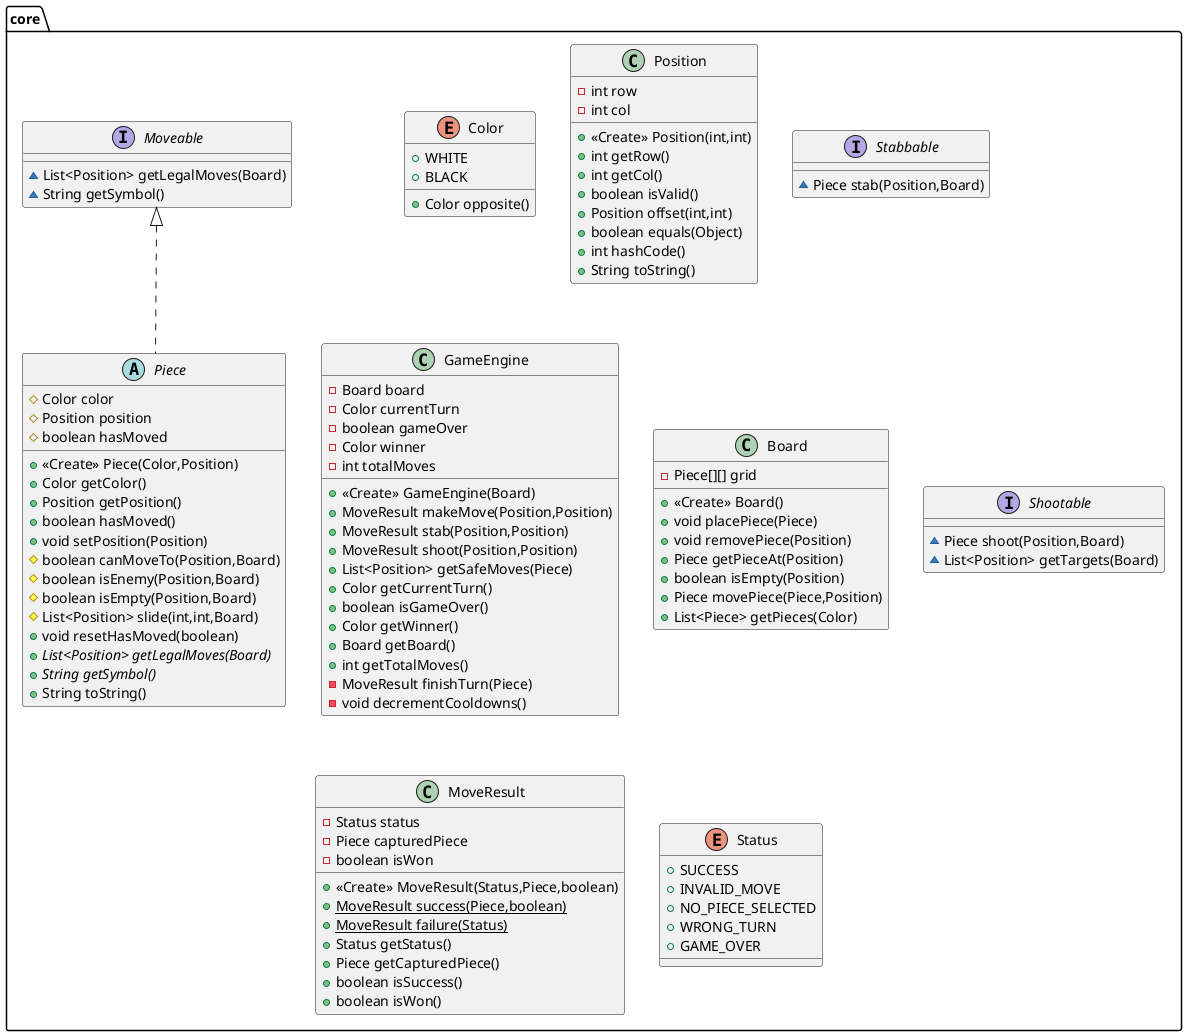
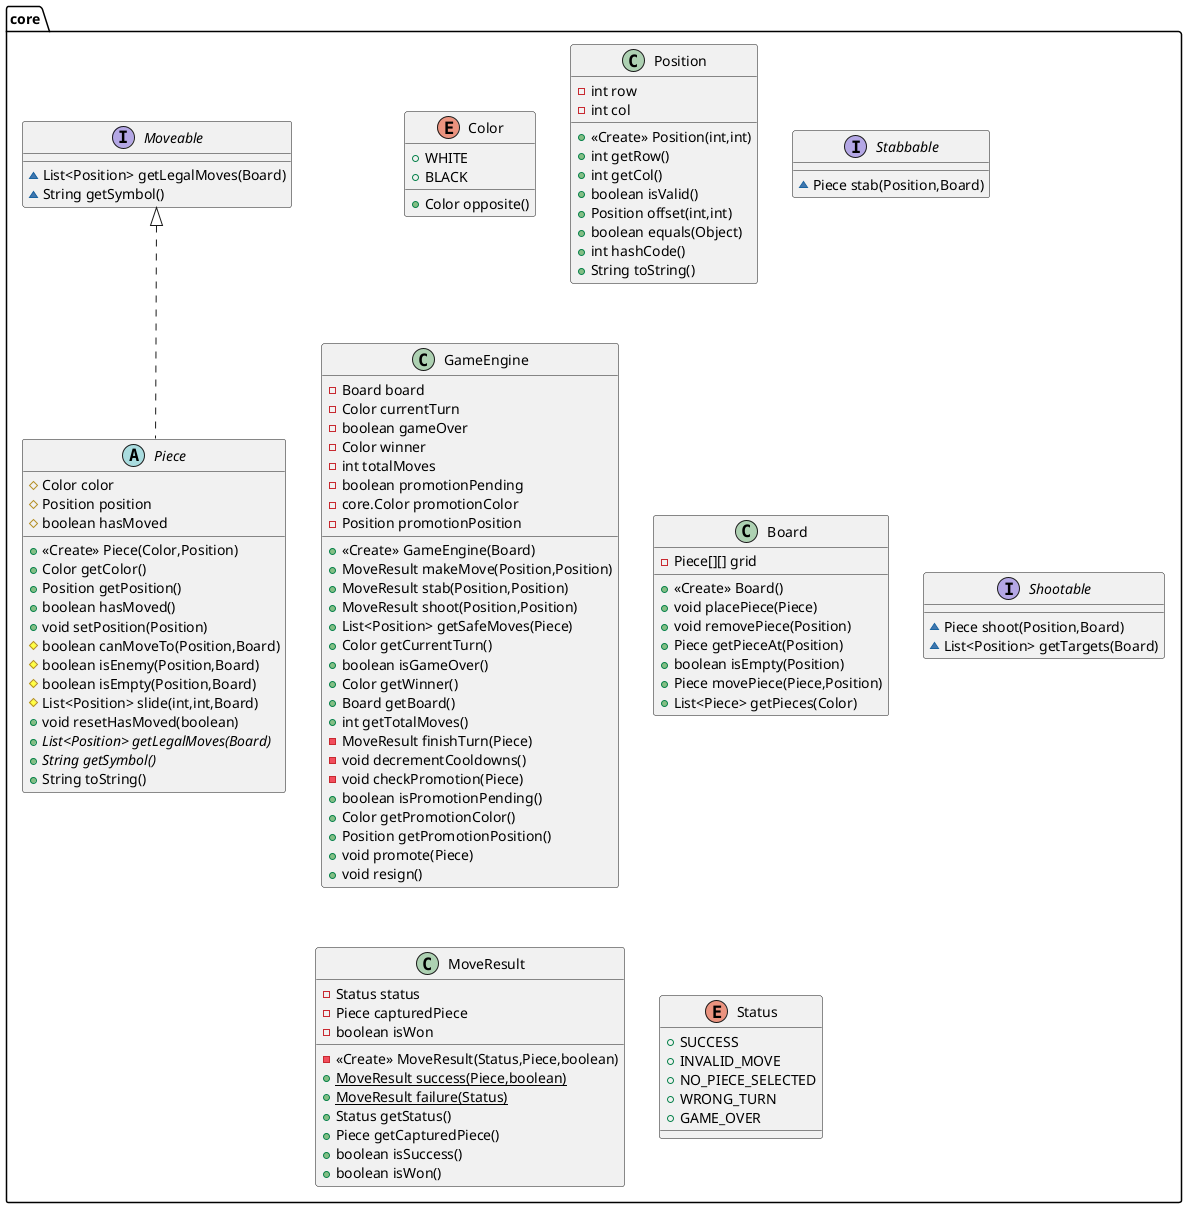
@startuml
enum core.Color {
+  WHITE
+  BLACK
+ Color opposite()
}


class core.Position {
- int row
- int col
+ <<Create>> Position(int,int)
+ int getRow()
+ int getCol()
+ boolean isValid()
+ Position offset(int,int)
+ boolean equals(Object)
+ int hashCode()
+ String toString()
}


interface core.Stabbable {
~ Piece stab(Position,Board)
}

abstract class core.Piece {
# Color color
# Position position
# boolean hasMoved
+ <<Create>> Piece(Color,Position)
+ Color getColor()
+ Position getPosition()
+ boolean hasMoved()
+ void setPosition(Position)
# boolean canMoveTo(Position,Board)
# boolean isEnemy(Position,Board)
# boolean isEmpty(Position,Board)
# List<Position> slide(int,int,Board)
+ void resetHasMoved(boolean)
+ {abstract}List<Position> getLegalMoves(Board)
+ {abstract}String getSymbol()
+ String toString()
}


class core.GameEngine {
- Board board
- Color currentTurn
- boolean gameOver
- Color winner
- int totalMoves
+ - boolean promotionPending
+ - core.Color promotionColor
+ - Position promotionPosition
+ <<Create>> GameEngine(Board)
+ MoveResult makeMove(Position,Position)
+ MoveResult stab(Position,Position)
+ MoveResult shoot(Position,Position)
+ List<Position> getSafeMoves(Piece)
+ Color getCurrentTurn()
+ boolean isGameOver()
+ Color getWinner()
+ Board getBoard()
+ int getTotalMoves()
- MoveResult finishTurn(Piece)
- void decrementCooldowns()
+ - void checkPromotion(Piece)
+ + boolean isPromotionPending()
+ + Color getPromotionColor()
+ + Position getPromotionPosition()
+ + void promote(Piece)
+ + void resign()
}


interface core.Moveable {
~ List<Position> getLegalMoves(Board)
~ String getSymbol()
}

class core.Board {
- Piece[][] grid
+ <<Create>> Board()
+ void placePiece(Piece)
+ void removePiece(Position)
+ Piece getPieceAt(Position)
+ boolean isEmpty(Position)
+ Piece movePiece(Piece,Position)
+ List<Piece> getPieces(Color)
}


interface core.Shootable {
~ Piece shoot(Position,Board)
~ List<Position> getTargets(Board)
}

class core.MoveResult {
- Status status
- Piece capturedPiece
- boolean isWon
- + <<Create>> MoveResult(Status,Piece,boolean)
+ - <<Create>> MoveResult(Status,Piece,boolean)
+ {static} MoveResult success(Piece,boolean)
+ {static} MoveResult failure(Status)
+ Status getStatus()
+ Piece getCapturedPiece()
+ boolean isSuccess()
+ boolean isWon()
}


enum core.Status {
+  SUCCESS
+  INVALID_MOVE
+  NO_PIECE_SELECTED
+  WRONG_TURN
+  GAME_OVER
}



core.Moveable <|.. core.Piece
@enduml